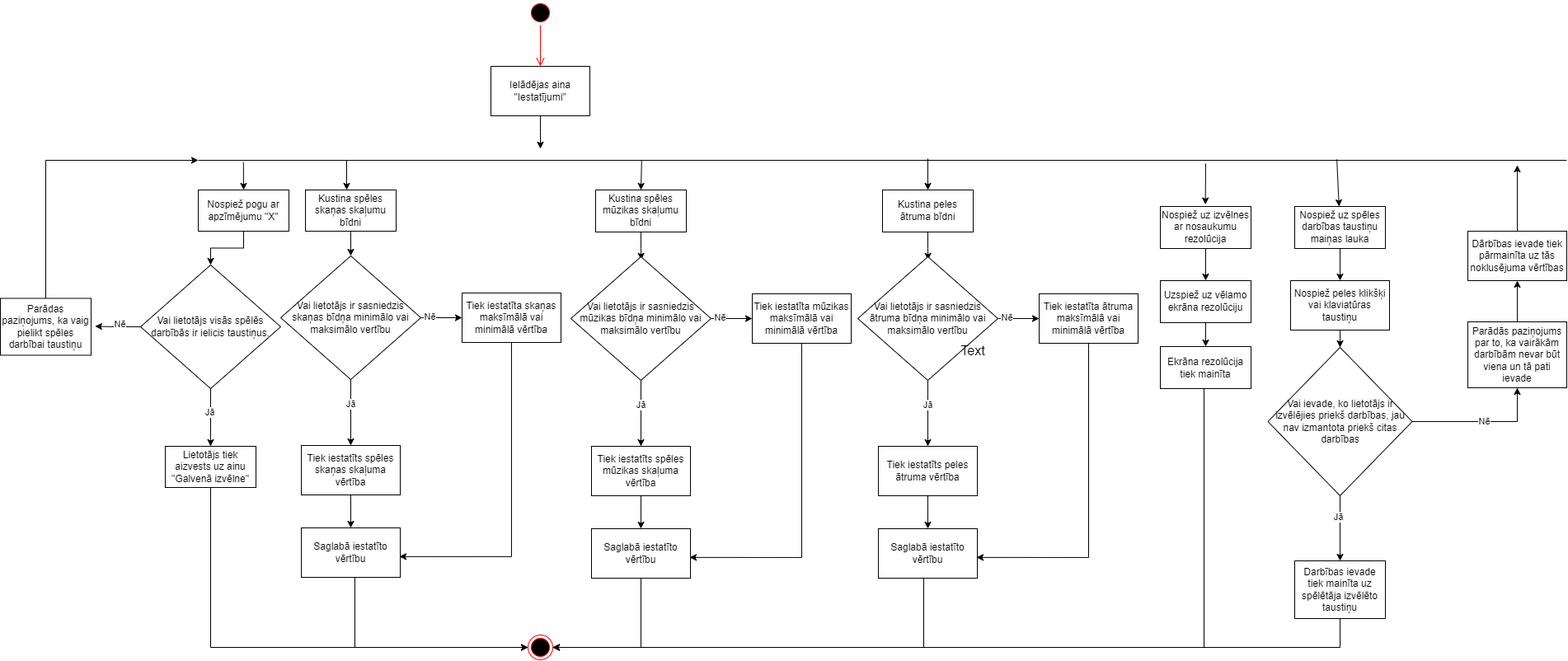
This is Diagrammas/aktivitates_I.png from GNarvils/ScoreStorm, a draw.io export, as it was before one commit. Source tidied: cells renumbered, new cells last; positions are measured from the earlier drawing's top-left corner, leaving out a move shared by most shapes.
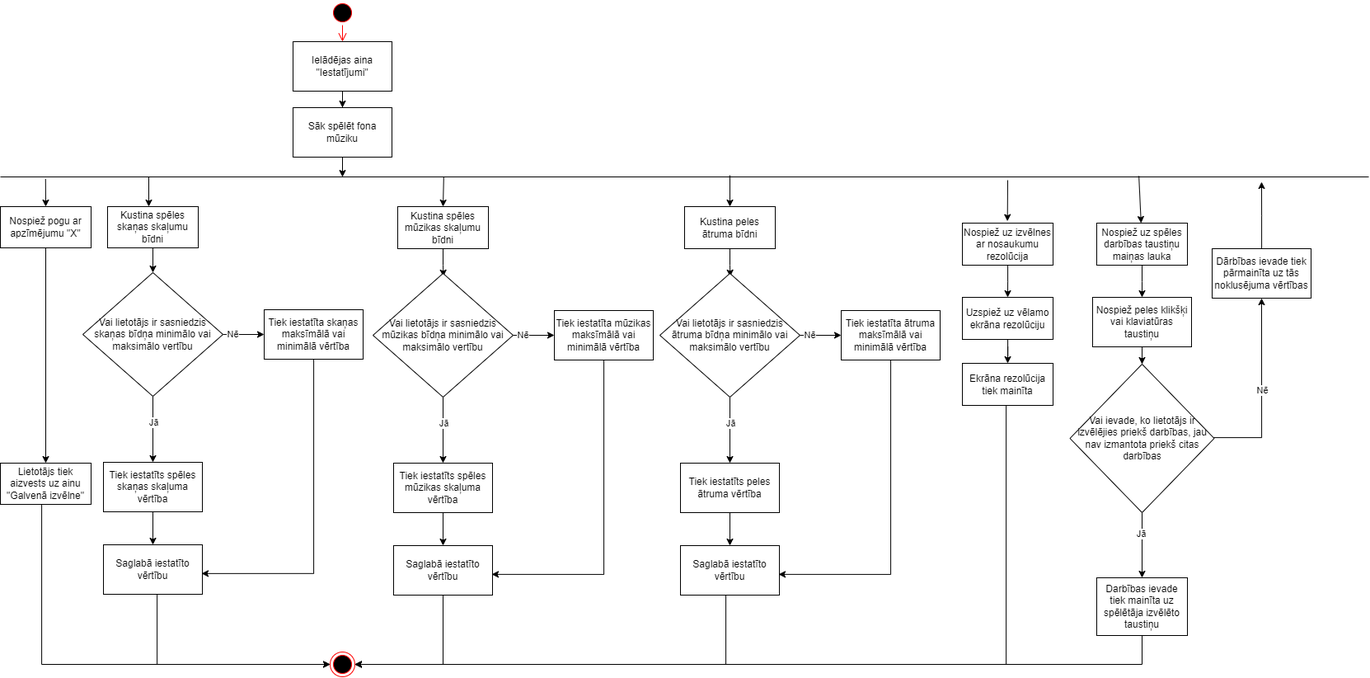
The same file after the commit.

Diff of the diagram source:
```diff
@@ -3,18 +3,16 @@
     <mxCell id="0" />
     <mxCell id="1" parent="0" />
     <mxCell id="2" style="ellipse;html=1;shape=startState;fillColor=#000000;strokeColor=#ff0000;" parent="1" vertex="1">
-      <mxGeometry x="640" width="30" height="30" as="geometry" />
+      <mxGeometry x="640" y="-20" width="30" height="30" as="geometry" />
     </mxCell>
     <mxCell id="3" style="edgeStyle=orthogonalEdgeStyle;html=1;verticalAlign=bottom;endArrow=open;endSize=8;strokeColor=#ff0000;rounded=0;entryX=0.5;entryY=0;entryDx=0;entryDy=0;" parent="1" edge="1" source="2" target="5">
       <mxGeometry relative="1" as="geometry" />
     </mxCell>
-    <mxCell id="4" style="edgeStyle=orthogonalEdgeStyle;rounded=0;jettySize=auto;html=1;" parent="1" edge="1" source="5">
-      <mxGeometry relative="1" as="geometry">
-        <mxPoint x="655" y="180" as="targetPoint" />
-      </mxGeometry>
+    <mxCell id="4" style="rounded=0;jettySize=auto;html=1;entryX=0.25;entryY=0.512;entryDx=0;entryDy=0;entryPerimeter=0;" parent="1" edge="1" source="89" target="6">
+      <mxGeometry relative="1" as="geometry" />
     </mxCell>
     <mxCell id="5" value="Ielādējas aina &quot;Iestatījumi&quot;" style="rounded=0;whiteSpace=wrap;html=1;" parent="1" vertex="1">
-      <mxGeometry x="595" y="80" width="120" height="60" as="geometry" />
+      <mxGeometry x="595" y="30" width="120" height="60" as="geometry" />
     </mxCell>
     <mxCell id="6" style="line;strokeWidth=1;fillColor=none;align=left;verticalAlign=middle;spacingTop=-1;spacingLeft=3;spacingRight=3;labelPosition=right;points=[];portConstraint=eastwest;strokeColor=inherit;" parent="1" vertex="1">
       <mxGeometry x="240" y="190" width="1660" height="8" as="geometry" />
@@ -22,9 +20,9 @@
     <mxCell id="7" style="ellipse;html=1;shape=endState;fillColor=#000000;strokeColor=#ff0000;" parent="1" vertex="1">
       <mxGeometry x="640" y="770" width="30" height="30" as="geometry" />
     </mxCell>
-    <mxCell id="8" style="edgeStyle=orthogonalEdgeStyle;rounded=0;jettySize=auto;html=1;entryX=0.5;entryY=0;entryDx=0;entryDy=0;" parent="1" edge="1" source="9" target="68">
-      <mxGeometry relative="1" as="geometry" />
-    </mxCell>
+    <mxCell id="86" style="edgeStyle=orthogonalEdgeStyle;rounded=0;jettySize=auto;html=1;entryX=0.5;entryY=0;entryDx=0;entryDy=0;" parent="1" edge="1" source="9" target="12">
+      <mxGeometry relative="1" as="geometry" />
+    </mxCell>
     <mxCell id="9" value="Nospiež pogu ar apzīmējumu &quot;X&quot;" style="html=1;whiteSpace=wrap;" parent="1" vertex="1">
       <mxGeometry x="240" y="230" width="110" height="50" as="geometry" />
     </mxCell>
@@ -34,12 +32,12 @@
     <mxCell id="11" style="edgeStyle=orthogonalEdgeStyle;rounded=0;jettySize=auto;html=1;entryX=0;entryY=0.5;entryDx=0;entryDy=0;" parent="1" edge="1" source="12" target="7">
       <mxGeometry relative="1" as="geometry">
         <Array as="points">
-          <mxPoint x="255" y="785" />
+          <mxPoint x="290" y="785" />
         </Array>
       </mxGeometry>
     </mxCell>
     <mxCell id="12" value="Lietotājs tiek aizvests uz ainu &quot;Galvenā izvēlne&quot;" style="html=1;whiteSpace=wrap;" parent="1" vertex="1">
-      <mxGeometry x="200" y="541" width="110" height="50" as="geometry" />
+      <mxGeometry x="240" y="541" width="110" height="50" as="geometry" />
     </mxCell>
     <mxCell id="13" style="edgeStyle=orthogonalEdgeStyle;rounded=0;jettySize=auto;html=1;entryX=0.5;entryY=0;entryDx=0;entryDy=0;" parent="1" edge="1" source="14" target="20">
       <mxGeometry relative="1" as="geometry" />
@@ -205,9 +203,6 @@
     <mxCell id="56" value="Nospiež uz izvēlnes ar nosaukumu rezolūcija" style="html=1;whiteSpace=wrap;" parent="1" vertex="1">
       <mxGeometry x="1407" y="250" width="110" height="51" as="geometry" />
     </mxCell>
-    <mxCell id="57" value="Text" style="text;strokeColor=none;fillColor=none;html=1;align=center;verticalAlign=middle;whiteSpace=wrap;rounded=0;fontSize=16;" parent="1" vertex="1">
-      <mxGeometry x="1150" y="410" width="60" height="30" as="geometry" />
-    </mxCell>
     <mxCell id="58" style="endArrow=classic;html=1;rounded=0;exitX=0.688;exitY=0.229;exitDx=0;exitDy=0;exitPerimeter=0;entryX=0.497;entryY=-0.046;entryDx=0;entryDy=0;entryPerimeter=0;" parent="1" edge="1" target="56">
       <mxGeometry relative="1" as="geometry">
         <mxPoint x="1462" y="198" as="sourcePoint" />
@@ -239,27 +234,6 @@
     <mxCell id="65" style="endArrow=classic;html=1;rounded=0;exitX=0.832;exitY=0.354;exitDx=0;exitDy=0;exitPerimeter=0;" parent="1" edge="1" source="6" target="64">
       <mxGeometry relative="1" as="geometry" />
     </mxCell>
-    <mxCell id="66" style="edgeStyle=orthogonalEdgeStyle;rounded=0;jettySize=auto;html=1;entryX=0.5;entryY=0;entryDx=0;entryDy=0;" parent="1" edge="1" source="68" target="12">
-      <mxGeometry relative="1" as="geometry" />
-    </mxCell>
-    <mxCell id="67" value="Jā" style="edgeLabel;html=1;align=center;verticalAlign=middle;" parent="66" vertex="1">
-      <mxGeometry x="-0.18" y="-1" relative="1" as="geometry" />
-    </mxCell>
-    <mxCell id="68" value="&lt;p style=&quot;line-height: 120%;&quot;&gt;Vai lietotājs visās spēlēs darbībās ir ielicis taustiņus.&lt;/p&gt;" style="rhombus;whiteSpace=wrap;html=1;" parent="1" vertex="1">
-      <mxGeometry x="170" y="321" width="170" height="150" as="geometry" />
-    </mxCell>
-    <mxCell id="69" style="edgeStyle=orthogonalEdgeStyle;rounded=0;jettySize=auto;html=1;" parent="1" edge="1" source="70" target="6">
-      <mxGeometry relative="1" as="geometry" />
-    </mxCell>
-    <mxCell id="70" value="Parādas paziņojums, ka vaig pielikt spēles darbībai taustiņu" style="html=1;whiteSpace=wrap;" parent="1" vertex="1">
-      <mxGeometry y="361.5" width="110" height="69" as="geometry" />
-    </mxCell>
-    <mxCell id="71" style="edgeStyle=orthogonalEdgeStyle;rounded=0;jettySize=auto;html=1;entryX=1.044;entryY=0.492;entryDx=0;entryDy=0;entryPerimeter=0;" parent="1" edge="1" source="68" target="70">
-      <mxGeometry relative="1" as="geometry" />
-    </mxCell>
-    <mxCell id="72" value="Nē" style="edgeLabel;html=1;align=center;verticalAlign=middle;" parent="71" vertex="1">
-      <mxGeometry x="-0.1" y="-3" relative="1" as="geometry" />
-    </mxCell>
     <mxCell id="73" style="edgeStyle=orthogonalEdgeStyle;rounded=0;jettySize=auto;html=1;entryX=0.5;entryY=0;entryDx=0;entryDy=0;" parent="1" edge="1" source="74" target="79">
       <mxGeometry relative="1" as="geometry" />
     </mxCell>
@@ -272,8 +246,12 @@
     <mxCell id="76" value="Jā" style="edgeLabel;html=1;align=center;verticalAlign=middle;" parent="75" vertex="1">
       <mxGeometry x="-0.35" y="-2" relative="1" as="geometry" />
     </mxCell>
-    <mxCell id="77" style="edgeStyle=orthogonalEdgeStyle;rounded=0;jettySize=auto;html=1;entryX=0.5;entryY=1;entryDx=0;entryDy=0;" parent="1" edge="1" source="79" target="83">
-      <mxGeometry relative="1" as="geometry" />
+    <mxCell id="77" style="edgeStyle=orthogonalEdgeStyle;rounded=0;jettySize=auto;html=1;entryX=0.5;entryY=1;entryDx=0;entryDy=0;" parent="1" edge="1" source="79" target="85">
+      <mxGeometry relative="1" as="geometry">
+        <Array as="points">
+          <mxPoint x="1770" y="510" />
+        </Array>
+      </mxGeometry>
     </mxCell>
     <mxCell id="78" value="Nē" style="edgeLabel;html=1;align=center;verticalAlign=middle;" parent="77" vertex="1">
       <mxGeometry x="0.03" relative="1" as="geometry" />
@@ -291,19 +269,19 @@
     <mxCell id="81" value="Darbības ievade tiek mainīta uz spēlētāja izvēlēto taustiņu" style="html=1;whiteSpace=wrap;" parent="1" vertex="1">
       <mxGeometry x="1570" y="680" width="110" height="70" as="geometry" />
     </mxCell>
-    <mxCell id="82" style="edgeStyle=orthogonalEdgeStyle;rounded=0;jettySize=auto;html=1;entryX=0.5;entryY=1;entryDx=0;entryDy=0;" parent="1" edge="1" source="83" target="85">
-      <mxGeometry relative="1" as="geometry" />
-    </mxCell>
-    <mxCell id="83" value="Parādās paziņojums par to, ka vairākām darbībām nevar būt viena un tā pati ievade" style="rounded=0;whiteSpace=wrap;html=1;" parent="1" vertex="1">
-      <mxGeometry x="1780" y="390" width="120" height="80" as="geometry" />
-    </mxCell>
-    <mxCell id="84" style="edgeStyle=orthogonalEdgeStyle;rounded=0;jettySize=auto;html=1;" parent="1" edge="1" source="85">
-      <mxGeometry relative="1" as="geometry">
-        <mxPoint x="1840" y="200" as="targetPoint" />
-      </mxGeometry>
-    </mxCell>
+    <mxCell id="87" style="edgeStyle=orthogonalEdgeStyle;rounded=0;jettySize=auto;html=1;" parent="1" edge="1" source="85">
+      <mxGeometry relative="1" as="geometry">
+        <mxPoint x="1770" y="200" as="targetPoint" />
+      </mxGeometry>
+    </mxCell>
     <mxCell id="85" value="Dārbības ievade tiek pārmainīta uz tās noklusējuma vērtības" style="rounded=0;whiteSpace=wrap;html=1;" parent="1" vertex="1">
-      <mxGeometry x="1780" y="280" width="120" height="60" as="geometry" />
+      <mxGeometry x="1710" y="281" width="120" height="60" as="geometry" />
     </mxCell>
+    <mxCell id="88" style="edgeStyle=orthogonalEdgeStyle;rounded=0;jettySize=auto;html=1;" parent="1" edge="1" source="5" target="89">
+      <mxGeometry relative="1" as="geometry" />
+    </mxCell>
+    <mxCell id="89" value="Sāk spēlēt fona mūziku" style="rounded=0;whiteSpace=wrap;html=1;" parent="1" vertex="1">
+      <mxGeometry x="595" y="110" width="120" height="60" as="geometry" />
+    </mxCell>
   </root>
 </mxGraphModel>
```
